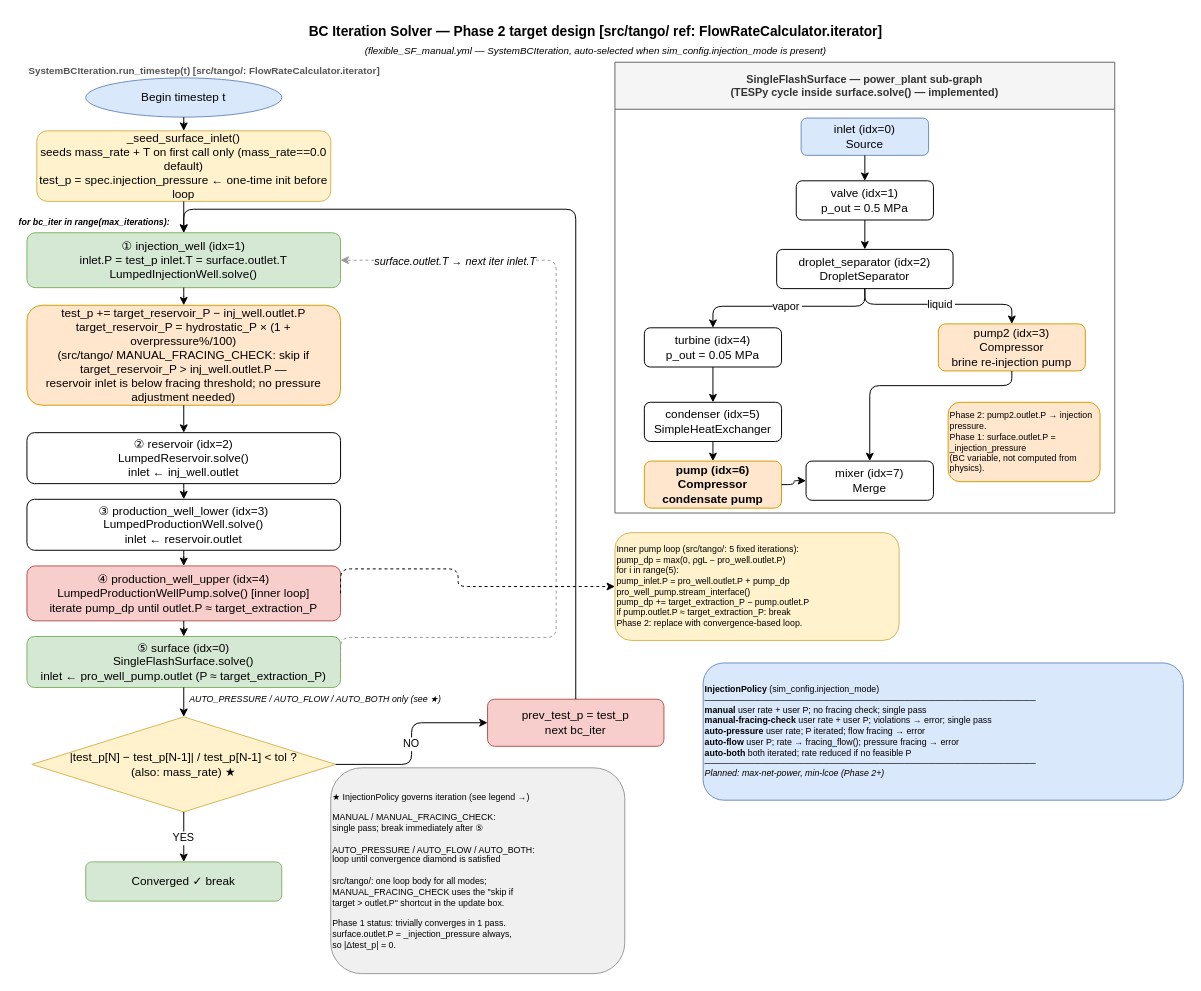
Before: docs/diagrams/src/phase1_bc_iteration_solver.drawio in GEG-ETHZ/TANGO-core, a draw.io diagram. Source tidied: cells renumbered, new cells numbered last; positions are measured from the earlier drawing's top-left corner, leaving out a move shared by most shapes. Both pictures are drawn from the tidied source at 98%, with x=0, y=0 at pixel (17, 17).
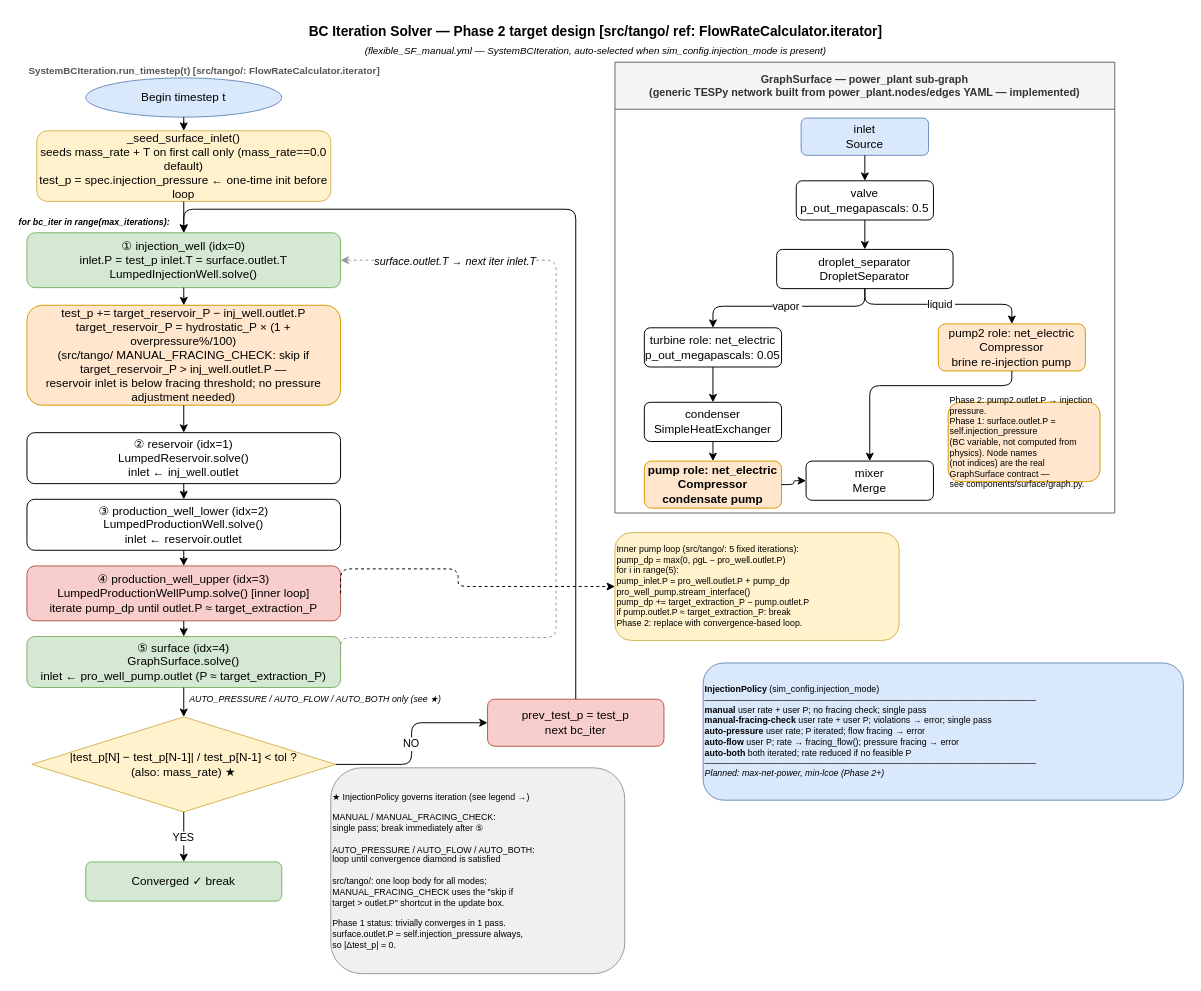
The same page after the edit.

Commit message (it also covers changes not shown here):
docs: reconcile vision doc and Phase 1 diagrams with current tango_next code

Change to the diagram source:
```diff
@@
-    <mxCell id="8" value="①  injection_well  (idx=1)&#10;inlet.P = test_p   inlet.T = surface.outlet.T&#10;LumpedInjectionWell.solve()" style="rounded=1;whiteSpace=wrap;html=1;fillColor=#d5e8d4;strokeColor=#82b366;" parent="1" vertex="1">
+    <mxCell id="8" value="①  injection_well  (idx=0)&#10;inlet.P = test_p   inlet.T = surface.outlet.T&#10;LumpedInjectionWell.solve()" style="rounded=1;whiteSpace=wrap;html=1;fillColor=#d5e8d4;strokeColor=#82b366;" parent="1" vertex="1">
       <mxGeometry x="10" y="220" width="320" height="56" as="geometry" />
     </mxCell>
@@
-    <mxCell id="10" value="②  reservoir  (idx=2)&#10;LumpedReservoir.solve()&#10;inlet ← inj_well.outlet" style="rounded=1;whiteSpace=wrap;html=1;" parent="1" vertex="1">
+    <mxCell id="10" value="②  reservoir  (idx=1)&#10;LumpedReservoir.solve()&#10;inlet ← inj_well.outlet" style="rounded=1;whiteSpace=wrap;html=1;" parent="1" vertex="1">
       <mxGeometry x="10" y="424" width="320" height="52" as="geometry" />
     </mxCell>
-    <mxCell id="11" value="③  production_well_lower  (idx=3)&#10;LumpedProductionWell.solve()&#10;inlet ← reservoir.outlet" style="rounded=1;whiteSpace=wrap;html=1;" parent="1" vertex="1">
+    <mxCell id="11" value="③  production_well_lower  (idx=2)&#10;LumpedProductionWell.solve()&#10;inlet ← reservoir.outlet" style="rounded=1;whiteSpace=wrap;html=1;" parent="1" vertex="1">
       <mxGeometry x="10" y="492" width="320" height="52" as="geometry" />
     </mxCell>
-    <mxCell id="12" value="④  production_well_upper  (idx=4)&#10;LumpedProductionWellPump.solve()  [inner loop]&#10;iterate pump_dp until outlet.P ≈ target_extraction_P" style="rounded=1;whiteSpace=wrap;html=1;fillColor=#f8cecc;strokeColor=#b85450;" parent="1" vertex="1">
+    <mxCell id="12" value="④  production_well_upper  (idx=3)&#10;LumpedProductionWellPump.solve()  [inner loop]&#10;iterate pump_dp until outlet.P ≈ target_extraction_P" style="rounded=1;whiteSpace=wrap;html=1;fillColor=#f8cecc;strokeColor=#b85450;" parent="1" vertex="1">
       <mxGeometry x="10" y="560" width="320" height="56" as="geometry" />
     </mxCell>
-    <mxCell id="13" value="⑤  surface  (idx=0)&#10;SingleFlashSurface.solve()&#10;inlet ← pro_well_pump.outlet  (P ≈ target_extraction_P)" style="rounded=1;whiteSpace=wrap;html=1;fillColor=#d5e8d4;strokeColor=#82b366;" parent="1" vertex="1">
+    <mxCell id="13" value="⑤  surface  (idx=4)&#10;GraphSurface.solve()&#10;inlet ← pro_well_pump.outlet  (P ≈ target_extraction_P)" style="rounded=1;whiteSpace=wrap;html=1;fillColor=#d5e8d4;strokeColor=#82b366;" parent="1" vertex="1">
       <mxGeometry x="10" y="632" width="320" height="52" as="geometry" />
     </mxCell>
@@
-    <mxCell id="31" value="★  InjectionPolicy governs iteration (see legend →)&lt;br&gt;&lt;br&gt;  MANUAL / MANUAL_FRACING_CHECK:&lt;br&gt;    single pass; break immediately after ⑤&lt;br&gt;&lt;br&gt;  AUTO_PRESSURE / AUTO_FLOW / AUTO_BOTH:&lt;br&gt;    loop until convergence diamond is satisfied&lt;br&gt;&lt;br&gt;  src/tango/: one loop body for all modes;&lt;br&gt;  MANUAL_FRACING_CHECK uses the &quot;skip if&lt;br&gt;  target &amp;gt; outlet.P&quot; shortcut in the update box.&lt;br&gt;&lt;br&gt;Phase 1 status: trivially converges in 1 pass.&lt;br&gt;  surface.outlet.P = _injection_pressure always,&lt;br&gt;  so |Δtest_p| = 0." style="rounded=1;whiteSpace=wrap;html=1;fillColor=#f0f0f0;strokeColor=#999999;fontSize=9;align=left;" parent="1" vertex="1">
+    <mxCell id="31" value="★  InjectionPolicy governs iteration (see legend →)&lt;br&gt;&lt;br&gt;  MANUAL / MANUAL_FRACING_CHECK:&lt;br&gt;    single pass; break immediately after ⑤&lt;br&gt;&lt;br&gt;  AUTO_PRESSURE / AUTO_FLOW / AUTO_BOTH:&lt;br&gt;    loop until convergence diamond is satisfied&lt;br&gt;&lt;br&gt;  src/tango/: one loop body for all modes;&lt;br&gt;  MANUAL_FRACING_CHECK uses the &quot;skip if&lt;br&gt;  target &amp;gt; outlet.P&quot; shortcut in the update box.&lt;br&gt;&lt;br&gt;Phase 1 status: trivially converges in 1 pass.&lt;br&gt;  surface.outlet.P = self.injection_pressure always,&lt;br&gt;  so |Δtest_p| = 0." style="rounded=1;whiteSpace=wrap;html=1;fillColor=#f0f0f0;strokeColor=#999999;fontSize=9;align=left;" parent="1" vertex="1">
       <mxGeometry x="320" y="766" width="300" height="210" as="geometry" />
     </mxCell>
@@
-    <mxCell id="34" value="SingleFlashSurface — power_plant sub-graph&#10;(TESPy cycle inside surface.solve() — implemented)" style="swimlane;startSize=48;fillColor=#f5f5f5;strokeColor=#666666;fontColor=#333333;fontSize=11;fontStyle=1;" parent="1" vertex="1">
+    <mxCell id="34" value="GraphSurface — power_plant sub-graph&#10;(generic TESPy network built from power_plant.nodes/edges YAML — implemented)" style="swimlane;startSize=48;fillColor=#f5f5f5;strokeColor=#666666;fontColor=#333333;fontSize=11;fontStyle=1;" parent="1" vertex="1">
       <mxGeometry x="610" y="46" width="510" height="460" as="geometry" />
     </mxCell>
-    <mxCell id="35" value="inlet  (idx=0)&#10;Source" style="rounded=1;whiteSpace=wrap;html=1;fillColor=#dae8fc;strokeColor=#6c8ebf;" parent="34" vertex="1">
+    <mxCell id="35" value="inlet&#10;Source" style="rounded=1;whiteSpace=wrap;html=1;fillColor=#dae8fc;strokeColor=#6c8ebf;" parent="34" vertex="1">
       <mxGeometry x="190" y="57" width="130" height="38" as="geometry" />
     </mxCell>
-    <mxCell id="36" value="valve  (idx=1)&#10;p_out = 0.5 MPa" style="rounded=1;whiteSpace=wrap;html=1;" parent="34" vertex="1">
+    <mxCell id="36" value="valve&#10;p_out_megapascals: 0.5" style="rounded=1;whiteSpace=wrap;html=1;" parent="34" vertex="1">
       <mxGeometry x="185" y="121" width="140" height="40" as="geometry" />
     </mxCell>
-    <mxCell id="37" value="droplet_separator  (idx=2)&#10;DropletSeparator" style="rounded=1;whiteSpace=wrap;html=1;" parent="34" vertex="1">
+    <mxCell id="37" value="droplet_separator&#10;DropletSeparator" style="rounded=1;whiteSpace=wrap;html=1;" parent="34" vertex="1">
       <mxGeometry x="165" y="191" width="180" height="40" as="geometry" />
     </mxCell>
-    <mxCell id="38" value="turbine  (idx=4)&#10;p_out = 0.05 MPa" style="rounded=1;whiteSpace=wrap;html=1;" parent="34" vertex="1">
+    <mxCell id="38" value="turbine  role: net_electric&#10;p_out_megapascals: 0.05" style="rounded=1;whiteSpace=wrap;html=1;" parent="34" vertex="1">
       <mxGeometry x="30" y="271" width="140" height="40" as="geometry" />
     </mxCell>
-    <mxCell id="39" value="pump2  (idx=3)&#10;Compressor&#10;brine re-injection pump" style="rounded=1;whiteSpace=wrap;html=1;fillColor=#ffe6cc;strokeColor=#d79b00;fontStyle=0;" parent="34" vertex="1">
+    <mxCell id="39" value="pump2  role: net_electric&#10;Compressor&#10;brine re-injection pump" style="rounded=1;whiteSpace=wrap;html=1;fillColor=#ffe6cc;strokeColor=#d79b00;fontStyle=0;" parent="34" vertex="1">
       <mxGeometry x="330" y="267" width="150" height="48" as="geometry" />
     </mxCell>
-    <mxCell id="40" value="condenser  (idx=5)&#10;SimpleHeatExchanger" style="rounded=1;whiteSpace=wrap;html=1;" parent="34" vertex="1">
+    <mxCell id="40" value="condenser&#10;SimpleHeatExchanger" style="rounded=1;whiteSpace=wrap;html=1;" parent="34" vertex="1">
       <mxGeometry x="30" y="347" width="140" height="40" as="geometry" />
     </mxCell>
-    <mxCell id="41" value="pump  (idx=6)&#10;Compressor&#10;condensate pump" style="rounded=1;whiteSpace=wrap;html=1;fillColor=#ffe6cc;strokeColor=#d79b00;fontStyle=1;" parent="34" vertex="1">
+    <mxCell id="41" value="pump  role: net_electric&#10;Compressor&#10;condensate pump" style="rounded=1;whiteSpace=wrap;html=1;fillColor=#ffe6cc;strokeColor=#d79b00;fontStyle=1;" parent="34" vertex="1">
       <mxGeometry x="30" y="407" width="140" height="48" as="geometry" />
     </mxCell>
-    <mxCell id="42" value="mixer  (idx=7)&#10;Merge" style="rounded=1;whiteSpace=wrap;html=1;" parent="34" vertex="1">
+    <mxCell id="42" value="mixer&#10;Merge" style="rounded=1;whiteSpace=wrap;html=1;" parent="34" vertex="1">
       <mxGeometry x="195" y="407" width="130" height="40" as="geometry" />
     </mxCell>
-    <mxCell id="43" value="Phase 2: pump2.outlet.P → injection pressure.&#10;Phase 1: surface.outlet.P = _injection_pressure&#10;(BC variable, not computed from physics)." style="rounded=1;whiteSpace=wrap;html=1;fillColor=#ffe6cc;strokeColor=#d79b00;fontSize=9;align=left;" parent="34" vertex="1">
+    <mxCell id="43" value="Phase 2: pump2.outlet.P → injection pressure.&#10;Phase 1: surface.outlet.P = self.injection_pressure&#10;(BC variable, not computed from physics). Node names&#10;(not indices) are the real GraphSurface contract —&#10;see components/surface/graph.py." style="rounded=1;whiteSpace=wrap;html=1;fillColor=#ffe6cc;strokeColor=#d79b00;fontSize=9;align=left;" parent="34" vertex="1">
       <mxGeometry x="340" y="347" width="155" height="81" as="geometry" />
     </mxCell>
```
